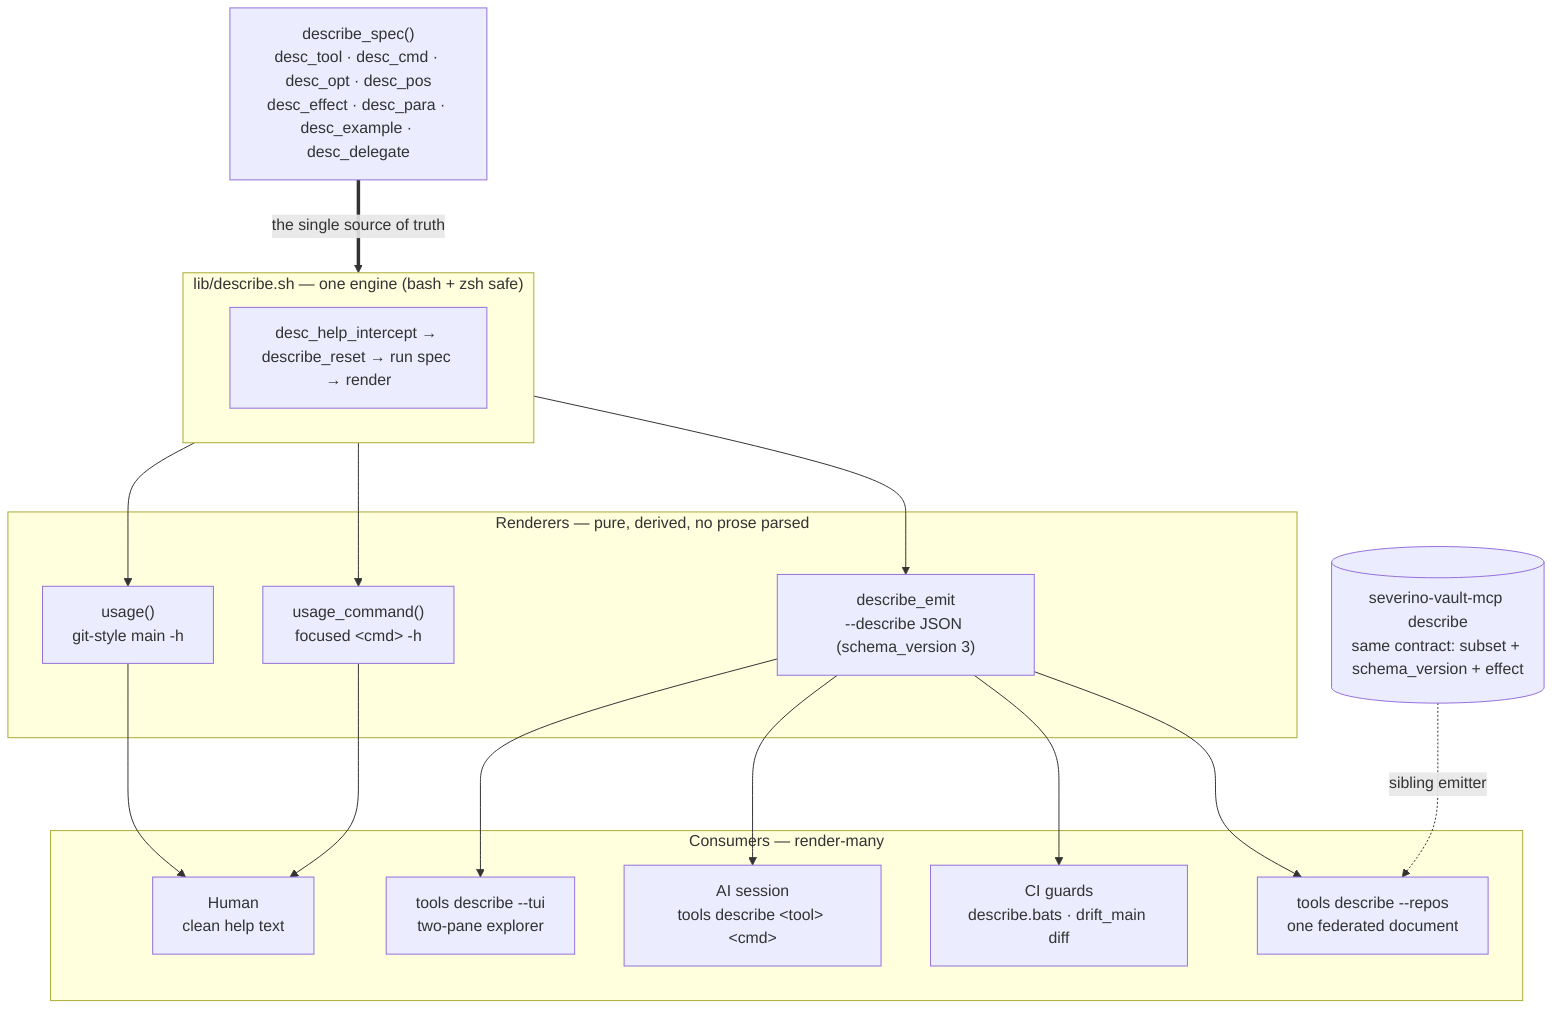
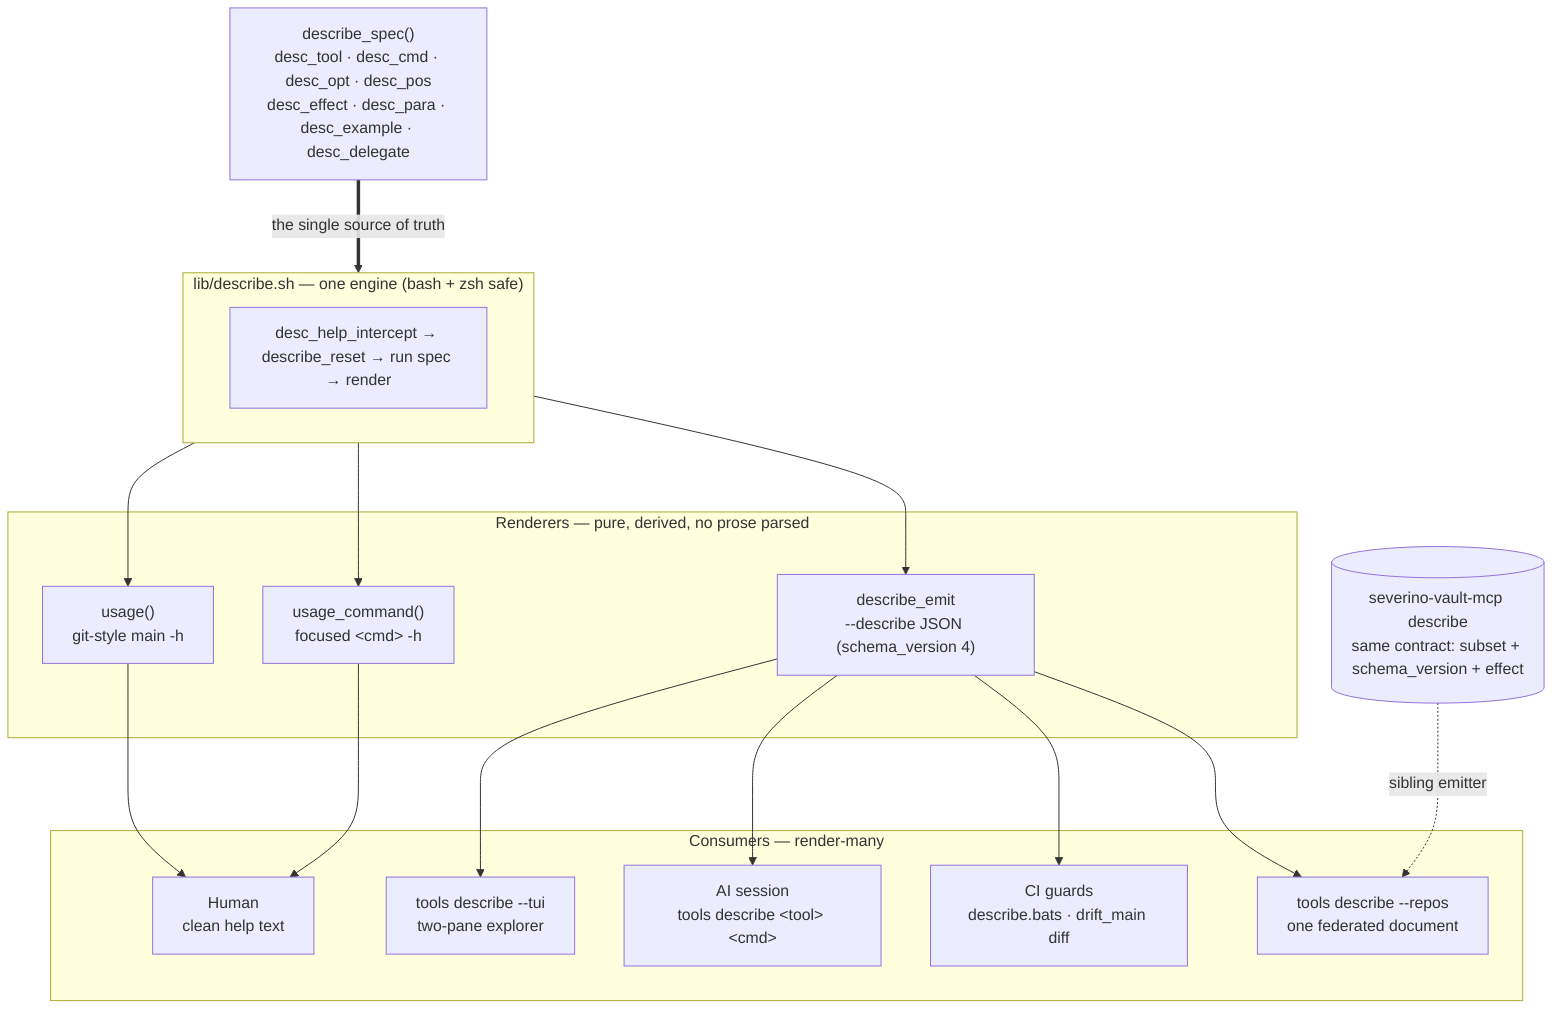
%%{init: {'flowchart': {'rankSpacing': 70, 'nodeSpacing': 50}}}%%
flowchart TB
    spec["describe_spec()<br/>desc_tool · desc_cmd · desc_opt · desc_pos<br/>desc_effect · desc_para · desc_example · desc_delegate"]

    subgraph engine["lib/describe.sh — one engine (bash + zsh safe)"]
        run["desc_help_intercept → describe_reset → run spec → render"]
    end

    spec ==>|"the single source of truth"| engine

    subgraph renderers["Renderers — pure, derived, no prose parsed"]
        usage["usage()<br/>git-style main -h"]
        focused["usage_command()<br/>focused &lt;cmd&gt; -h"]
-         json["describe_emit<br/>--describe JSON (schema_version 3)"]
+         json["describe_emit<br/>--describe JSON (schema_version 4)"]
    end

    engine --> usage
    engine --> focused
    engine --> json

    subgraph consumers["Consumers — render-many"]
        human["Human<br/>clean help text"]
        tui["tools describe --tui<br/>two-pane explorer"]
        ai["AI session<br/>tools describe &lt;tool&gt; &lt;cmd&gt;"]
        guards["CI guards<br/>describe.bats · drift_main diff"]
        fed["tools describe --repos<br/>one federated document"]
    end

    usage --> human
    focused --> human
    json --> tui
    json --> ai
    json --> guards
    json --> fed

    mcp[("severino-vault-mcp describe<br/>same contract: subset + schema_version + effect")]
    mcp -.->|"sibling emitter"| fed
